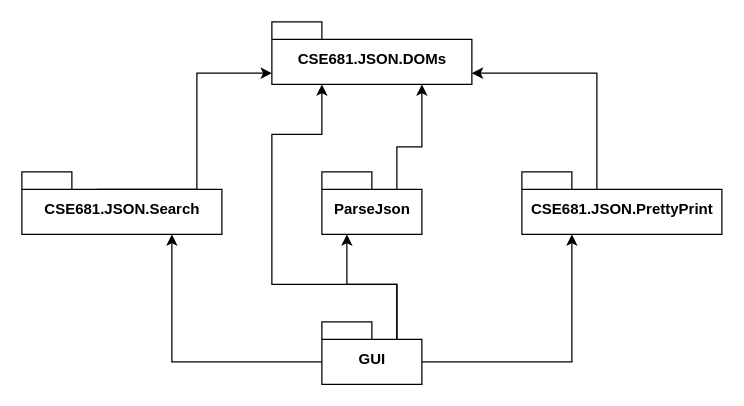
Before: CSE 681 - Project 1 - Patrick McDougle - Package Overview.drawio in PatrickMcDougle/CSE681, a draw.io diagram. Source tidied: cells renumbered, new cells numbered last; positions are measured from the earlier drawing's top-left corner, leaving out a move shared by most shapes. Both pictures are drawn from the tidied source at 125%, with x=0, y=0 at pixel (21, 21).
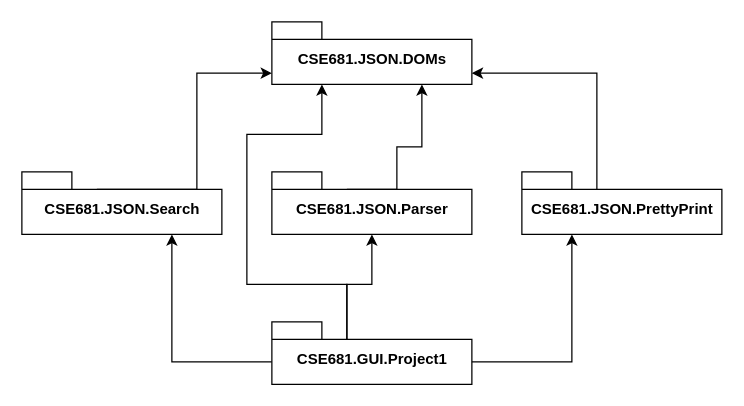
The same page after the edit.

The change refers to these unchanged cells:
```xml
<mxCell id="2" value="CSE681.JSON.DOMs" style="shape=folder;fontStyle=1;spacingTop=10;tabWidth=40;tabHeight=14;tabPosition=left;html=1;" parent="1" vertex="1">
  <mxGeometry x="200" width="160" height="50" as="geometry" />
</mxCell>
```

Diff of the diagram source:
```diff
@@
-    <mxCell id="4" value="ParseJson" style="shape=folder;fontStyle=1;spacingTop=10;tabWidth=40;tabHeight=14;tabPosition=left;html=1;" parent="1" vertex="1">
-      <mxGeometry x="240" y="120" width="80" height="50" as="geometry" />
+    <mxCell id="4" value="CSE681.JSON.Parser" style="shape=folder;fontStyle=1;spacingTop=10;tabWidth=40;tabHeight=14;tabPosition=left;html=1;" parent="1" vertex="1">
+      <mxGeometry x="200" y="120" width="160" height="50" as="geometry" />
     </mxCell>
@@
     <mxCell id="9" style="edgeStyle=orthogonalEdgeStyle;rounded=0;jettySize=auto;html=1;exitX=0;exitY=0;exitDx=60;exitDy=14;exitPerimeter=0;entryX=0.25;entryY=1;entryDx=0;entryDy=0;entryPerimeter=0;" parent="1" edge="1" source="13" target="2">
       <mxGeometry relative="1" as="geometry">
         <Array as="points">
-          <mxPoint x="300" y="210" />
-          <mxPoint x="200" y="210" />
-          <mxPoint x="200" y="90" />
+          <mxPoint x="260" y="210" />
+          <mxPoint x="180" y="210" />
+          <mxPoint x="180" y="90" />
           <mxPoint x="240" y="90" />
         </Array>
       </mxGeometry>
     </mxCell>
-    <mxCell id="10" style="edgeStyle=orthogonalEdgeStyle;rounded=0;jettySize=auto;html=1;exitX=0;exitY=0;exitDx=60;exitDy=14;exitPerimeter=0;entryX=0.25;entryY=1;entryDx=0;entryDy=0;entryPerimeter=0;" parent="1" edge="1" source="13" target="4">
+    <mxCell id="10" style="edgeStyle=orthogonalEdgeStyle;rounded=0;jettySize=auto;html=1;exitX=0;exitY=0;exitDx=60;exitDy=14;exitPerimeter=0;entryX=0.5;entryY=1;entryDx=0;entryDy=0;entryPerimeter=0;" parent="1" edge="1" source="13" target="4">
       <mxGeometry relative="1" as="geometry">
         <Array as="points">
-          <mxPoint x="300" y="210" />
           <mxPoint x="260" y="210" />
+          <mxPoint x="280" y="210" />
         </Array>
       </mxGeometry>
     </mxCell>
@@
-    <mxCell id="13" value="GUI" style="shape=folder;fontStyle=1;spacingTop=10;tabWidth=40;tabHeight=14;tabPosition=left;html=1;" parent="1" vertex="1">
-      <mxGeometry x="240" y="240" width="80" height="50" as="geometry" />
+    <mxCell id="13" value="CSE681.GUI.Project1" style="shape=folder;fontStyle=1;spacingTop=10;tabWidth=40;tabHeight=14;tabPosition=left;html=1;" parent="1" vertex="1">
+      <mxGeometry x="200" y="240" width="160" height="50" as="geometry" />
     </mxCell>
```
